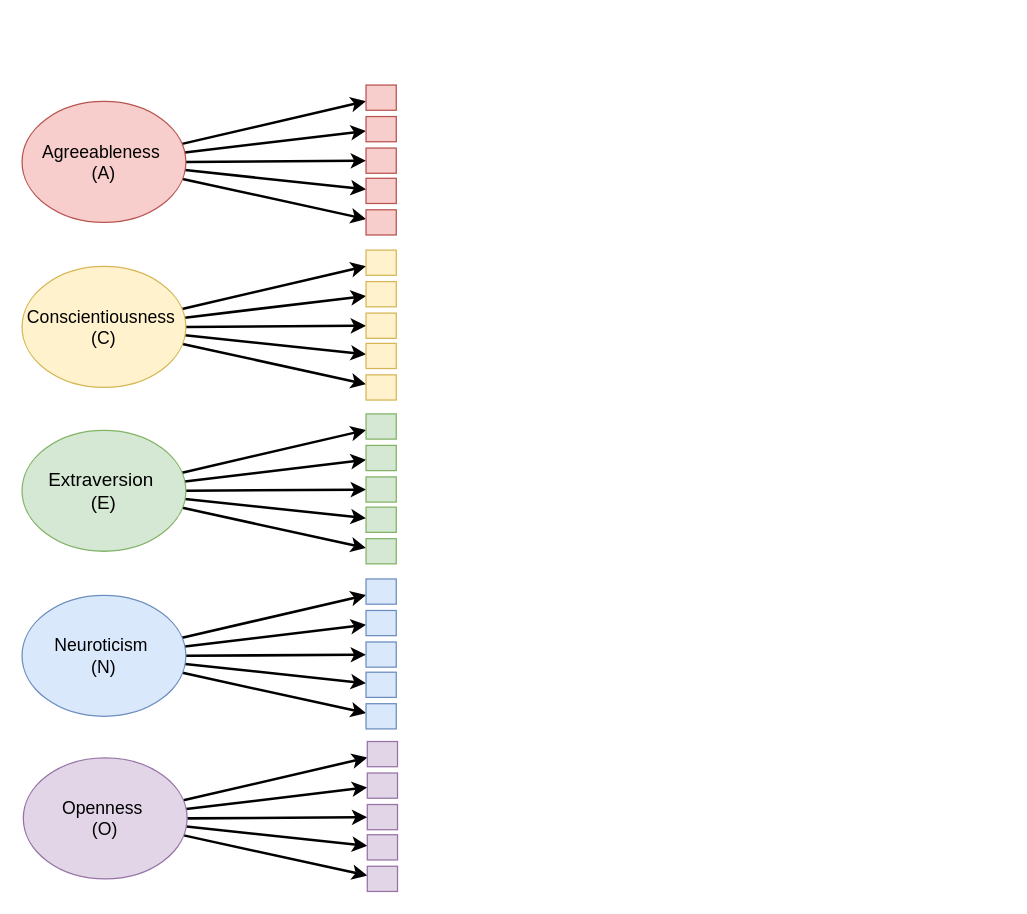
This is tensornetrics_demonstration/bfi_factor_structure.drawio from ataraxiart/tensornetrics, a draw.io file, before an edit. Source tidied: cells renumbered, new cells numbered last; positions are measured from the earlier drawing's top-left corner, leaving out a move shared by most shapes. Both pictures are drawn from the tidied source at 126%, with x=0, y=0 at pixel (21, 84).
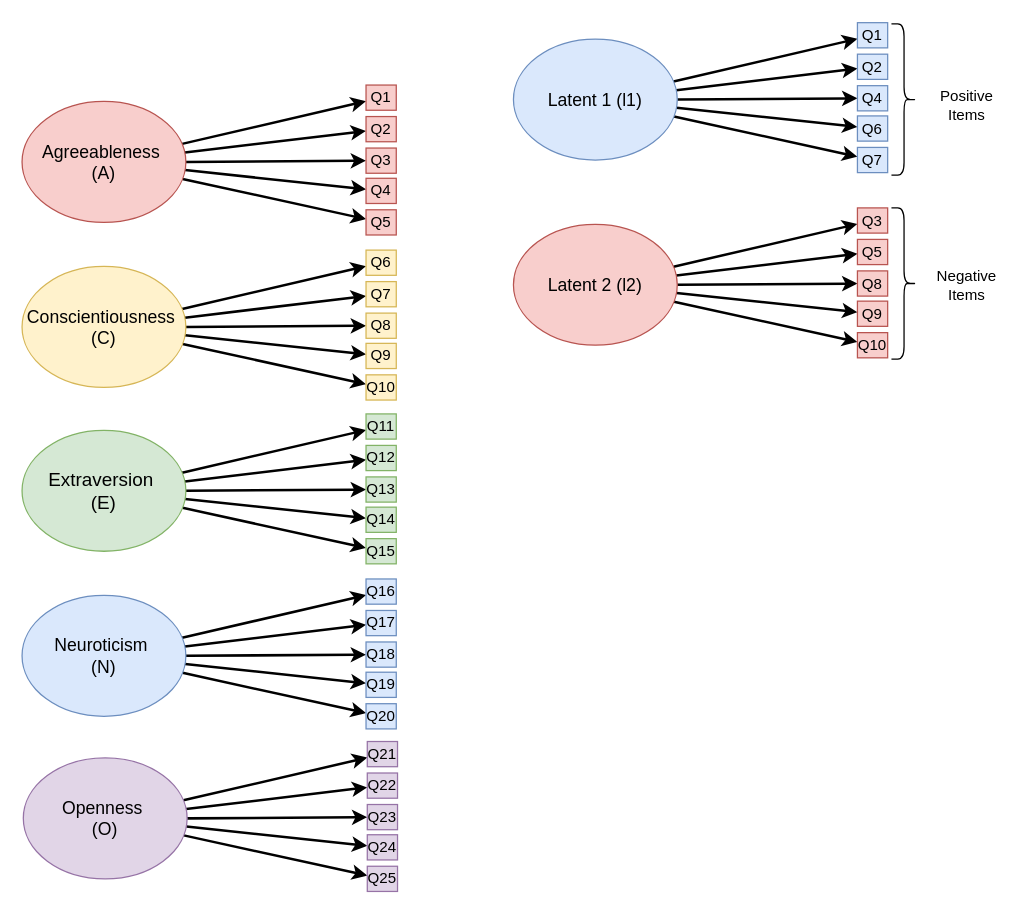
The same diagram, later.

The edit, as a diff of the source:
```diff
@@
-    <mxCell id="8" style="rounded=0;whiteSpace=wrap;html=1;fillColor=#f8cecc;strokeColor=#b85450;" parent="1" vertex="1">
+    <mxCell id="8" value="Q1" style="rounded=0;whiteSpace=wrap;html=1;fillColor=#f8cecc;strokeColor=#b85450;" parent="1" vertex="1">
       <mxGeometry x="273" width="24" height="20" as="geometry" />
     </mxCell>
-    <mxCell id="9" style="rounded=0;whiteSpace=wrap;html=1;fillColor=#f8cecc;strokeColor=#b85450;" parent="1" vertex="1">
+    <mxCell id="9" value="Q2" style="rounded=0;whiteSpace=wrap;html=1;fillColor=#f8cecc;strokeColor=#b85450;" parent="1" vertex="1">
       <mxGeometry x="273" y="25" width="24" height="20" as="geometry" />
     </mxCell>
-    <mxCell id="10" style="rounded=0;whiteSpace=wrap;html=1;fillColor=#f8cecc;strokeColor=#b85450;" parent="1" vertex="1">
+    <mxCell id="10" value="Q3" style="rounded=0;whiteSpace=wrap;html=1;fillColor=#f8cecc;strokeColor=#b85450;" parent="1" vertex="1">
       <mxGeometry x="273" y="50" width="24" height="20" as="geometry" />
     </mxCell>
-    <mxCell id="11" style="rounded=0;whiteSpace=wrap;html=1;fillColor=#f8cecc;strokeColor=#b85450;" parent="1" vertex="1">
+    <mxCell id="11" value="Q4" style="rounded=0;whiteSpace=wrap;html=1;fillColor=#f8cecc;strokeColor=#b85450;" parent="1" vertex="1">
       <mxGeometry x="273" y="74" width="24" height="20" as="geometry" />
     </mxCell>
-    <mxCell id="12" style="rounded=0;whiteSpace=wrap;html=1;fillColor=#f8cecc;strokeColor=#b85450;" parent="1" vertex="1">
+    <mxCell id="12" value="Q5" style="rounded=0;whiteSpace=wrap;html=1;fillColor=#f8cecc;strokeColor=#b85450;" parent="1" vertex="1">
       <mxGeometry x="273" y="99" width="24" height="20" as="geometry" />
     </mxCell>
@@
-    <mxCell id="19" style="rounded=0;whiteSpace=wrap;html=1;fillColor=#fff2cc;strokeColor=#d6b656;" parent="1" vertex="1">
+    <mxCell id="19" value="Q6" style="rounded=0;whiteSpace=wrap;html=1;fillColor=#fff2cc;strokeColor=#d6b656;" parent="1" vertex="1">
       <mxGeometry x="273" y="131" width="24" height="20" as="geometry" />
     </mxCell>
-    <mxCell id="20" style="rounded=0;whiteSpace=wrap;html=1;fillColor=#fff2cc;strokeColor=#d6b656;" parent="1" vertex="1">
+    <mxCell id="20" value="Q7" style="rounded=0;whiteSpace=wrap;html=1;fillColor=#fff2cc;strokeColor=#d6b656;" parent="1" vertex="1">
       <mxGeometry x="273" y="156" width="24" height="20" as="geometry" />
     </mxCell>
-    <mxCell id="21" style="rounded=0;whiteSpace=wrap;html=1;fillColor=#fff2cc;strokeColor=#d6b656;" parent="1" vertex="1">
+    <mxCell id="21" value="Q8" style="rounded=0;whiteSpace=wrap;html=1;fillColor=#fff2cc;strokeColor=#d6b656;" parent="1" vertex="1">
       <mxGeometry x="273" y="181" width="24" height="20" as="geometry" />
     </mxCell>
-    <mxCell id="22" style="rounded=0;whiteSpace=wrap;html=1;fillColor=#fff2cc;strokeColor=#d6b656;" parent="1" vertex="1">
+    <mxCell id="22" value="Q9" style="rounded=0;whiteSpace=wrap;html=1;fillColor=#fff2cc;strokeColor=#d6b656;" parent="1" vertex="1">
       <mxGeometry x="273" y="205" width="24" height="20" as="geometry" />
     </mxCell>
-    <mxCell id="23" style="rounded=0;whiteSpace=wrap;html=1;fillColor=#fff2cc;strokeColor=#d6b656;" parent="1" vertex="1">
+    <mxCell id="23" value="Q10" style="rounded=0;whiteSpace=wrap;html=1;fillColor=#fff2cc;strokeColor=#d6b656;" parent="1" vertex="1">
       <mxGeometry x="273" y="230" width="24" height="20" as="geometry" />
     </mxCell>
@@
-    <mxCell id="30" style="rounded=0;whiteSpace=wrap;html=1;fillColor=#d5e8d4;strokeColor=#82b366;" parent="1" vertex="1">
+    <mxCell id="30" value="Q11" style="rounded=0;whiteSpace=wrap;html=1;fillColor=#d5e8d4;strokeColor=#82b366;" parent="1" vertex="1">
       <mxGeometry x="273" y="261" width="24" height="20" as="geometry" />
     </mxCell>
-    <mxCell id="31" style="rounded=0;whiteSpace=wrap;html=1;fillColor=#d5e8d4;strokeColor=#82b366;" parent="1" vertex="1">
+    <mxCell id="31" value="Q12" style="rounded=0;whiteSpace=wrap;html=1;fillColor=#d5e8d4;strokeColor=#82b366;" parent="1" vertex="1">
       <mxGeometry x="273" y="286" width="24" height="20" as="geometry" />
     </mxCell>
-    <mxCell id="32" style="rounded=0;whiteSpace=wrap;html=1;fillColor=#d5e8d4;strokeColor=#82b366;" parent="1" vertex="1">
+    <mxCell id="32" value="Q13" style="rounded=0;whiteSpace=wrap;html=1;fillColor=#d5e8d4;strokeColor=#82b366;" parent="1" vertex="1">
       <mxGeometry x="273" y="311" width="24" height="20" as="geometry" />
     </mxCell>
-    <mxCell id="33" style="rounded=0;whiteSpace=wrap;html=1;fillColor=#d5e8d4;strokeColor=#82b366;" parent="1" vertex="1">
+    <mxCell id="33" value="Q14" style="rounded=0;whiteSpace=wrap;html=1;fillColor=#d5e8d4;strokeColor=#82b366;" parent="1" vertex="1">
       <mxGeometry x="273" y="335" width="24" height="20" as="geometry" />
     </mxCell>
-    <mxCell id="34" style="rounded=0;whiteSpace=wrap;html=1;fillColor=#d5e8d4;strokeColor=#82b366;" parent="1" vertex="1">
+    <mxCell id="34" value="Q15" style="rounded=0;whiteSpace=wrap;html=1;fillColor=#d5e8d4;strokeColor=#82b366;" parent="1" vertex="1">
       <mxGeometry x="273" y="360" width="24" height="20" as="geometry" />
     </mxCell>
@@
-    <mxCell id="41" style="rounded=0;whiteSpace=wrap;html=1;fillColor=#dae8fc;strokeColor=#6c8ebf;" parent="1" vertex="1">
+    <mxCell id="41" value="Q16" style="rounded=0;whiteSpace=wrap;html=1;fillColor=#dae8fc;strokeColor=#6c8ebf;" parent="1" vertex="1">
       <mxGeometry x="273" y="392" width="24" height="20" as="geometry" />
     </mxCell>
-    <mxCell id="42" style="rounded=0;whiteSpace=wrap;html=1;fillColor=#dae8fc;strokeColor=#6c8ebf;" parent="1" vertex="1">
+    <mxCell id="42" value="Q17" style="rounded=0;whiteSpace=wrap;html=1;fillColor=#dae8fc;strokeColor=#6c8ebf;" parent="1" vertex="1">
       <mxGeometry x="273" y="417" width="24" height="20" as="geometry" />
     </mxCell>
-    <mxCell id="43" style="rounded=0;whiteSpace=wrap;html=1;fillColor=#dae8fc;strokeColor=#6c8ebf;" parent="1" vertex="1">
+    <mxCell id="43" value="Q18" style="rounded=0;whiteSpace=wrap;html=1;fillColor=#dae8fc;strokeColor=#6c8ebf;" parent="1" vertex="1">
       <mxGeometry x="273" y="442" width="24" height="20" as="geometry" />
     </mxCell>
-    <mxCell id="44" style="rounded=0;whiteSpace=wrap;html=1;fillColor=#dae8fc;strokeColor=#6c8ebf;" parent="1" vertex="1">
+    <mxCell id="44" value="Q19" style="rounded=0;whiteSpace=wrap;html=1;fillColor=#dae8fc;strokeColor=#6c8ebf;" parent="1" vertex="1">
       <mxGeometry x="273" y="466" width="24" height="20" as="geometry" />
     </mxCell>
-    <mxCell id="45" style="rounded=0;whiteSpace=wrap;html=1;fillColor=#dae8fc;strokeColor=#6c8ebf;" parent="1" vertex="1">
+    <mxCell id="45" value="Q20" style="rounded=0;whiteSpace=wrap;html=1;fillColor=#dae8fc;strokeColor=#6c8ebf;" parent="1" vertex="1">
       <mxGeometry x="273" y="491" width="24" height="20" as="geometry" />
     </mxCell>
@@
-    <mxCell id="52" style="rounded=0;whiteSpace=wrap;html=1;fillColor=#e1d5e7;strokeColor=#9673a6;" parent="1" vertex="1">
+    <mxCell id="52" value="Q21" style="rounded=0;whiteSpace=wrap;html=1;fillColor=#e1d5e7;strokeColor=#9673a6;" parent="1" vertex="1">
       <mxGeometry x="274" y="521" width="24" height="20" as="geometry" />
     </mxCell>
-    <mxCell id="53" style="rounded=0;whiteSpace=wrap;html=1;fillColor=#e1d5e7;strokeColor=#9673a6;" parent="1" vertex="1">
+    <mxCell id="53" value="Q22" style="rounded=0;whiteSpace=wrap;html=1;fillColor=#e1d5e7;strokeColor=#9673a6;" parent="1" vertex="1">
       <mxGeometry x="274" y="546" width="24" height="20" as="geometry" />
     </mxCell>
-    <mxCell id="54" style="rounded=0;whiteSpace=wrap;html=1;fillColor=#e1d5e7;strokeColor=#9673a6;" parent="1" vertex="1">
+    <mxCell id="54" value="Q23" style="rounded=0;whiteSpace=wrap;html=1;fillColor=#e1d5e7;strokeColor=#9673a6;" parent="1" vertex="1">
       <mxGeometry x="274" y="571" width="24" height="20" as="geometry" />
     </mxCell>
-    <mxCell id="55" style="rounded=0;whiteSpace=wrap;html=1;fillColor=#e1d5e7;strokeColor=#9673a6;" parent="1" vertex="1">
+    <mxCell id="55" value="Q24" style="rounded=0;whiteSpace=wrap;html=1;fillColor=#e1d5e7;strokeColor=#9673a6;" parent="1" vertex="1">
       <mxGeometry x="274" y="595" width="24" height="20" as="geometry" />
     </mxCell>
-    <mxCell id="56" style="rounded=0;whiteSpace=wrap;html=1;fillColor=#e1d5e7;strokeColor=#9673a6;" parent="1" vertex="1">
+    <mxCell id="56" value="Q25" style="rounded=0;whiteSpace=wrap;html=1;fillColor=#e1d5e7;strokeColor=#9673a6;" parent="1" vertex="1">
       <mxGeometry x="274" y="620" width="24" height="20" as="geometry" />
     </mxCell>
+    <mxCell id="57" style="rounded=0;jettySize=auto;html=1;strokeWidth=2;" parent="1" edge="1" source="62" target="63">
+      <mxGeometry relative="1" as="geometry" />
+    </mxCell>
+    <mxCell id="58" style="rounded=0;jettySize=auto;html=1;strokeWidth=2;" parent="1" edge="1" source="62" target="64">
+      <mxGeometry relative="1" as="geometry" />
+    </mxCell>
+    <mxCell id="59" style="rounded=0;jettySize=auto;html=1;strokeWidth=2;" parent="1" edge="1" source="62" target="65">
+      <mxGeometry relative="1" as="geometry" />
+    </mxCell>
+    <mxCell id="60" style="rounded=0;jettySize=auto;html=1;strokeWidth=2;" parent="1" edge="1" source="62" target="66">
+      <mxGeometry relative="1" as="geometry" />
+    </mxCell>
+    <mxCell id="61" style="rounded=0;jettySize=auto;html=1;strokeWidth=2;" parent="1" edge="1" source="62" target="67">
+      <mxGeometry relative="1" as="geometry" />
+    </mxCell>
+    <mxCell id="62" value="&lt;span style=&quot;font-size: 14px;&quot;&gt;Latent 1 (l1)&lt;/span&gt;" style="ellipse;whiteSpace=wrap;html=1;fillColor=#dae8fc;strokeColor=#6c8ebf;fontSize=13;" parent="1" vertex="1">
+      <mxGeometry x="390" y="-36.5" width="130" height="96" as="geometry" />
+    </mxCell>
+    <mxCell id="63" value="Q1" style="rounded=0;whiteSpace=wrap;html=1;fillColor=#dae8fc;strokeColor=#6c8ebf;" parent="1" vertex="1">
+      <mxGeometry x="663" y="-49.5" width="24" height="20" as="geometry" />
+    </mxCell>
+    <mxCell id="64" value="Q2" style="rounded=0;whiteSpace=wrap;html=1;fillColor=#dae8fc;strokeColor=#6c8ebf;" parent="1" vertex="1">
+      <mxGeometry x="663" y="-24.5" width="24" height="20" as="geometry" />
+    </mxCell>
+    <mxCell id="65" value="Q4" style="rounded=0;whiteSpace=wrap;html=1;fillColor=#dae8fc;strokeColor=#6c8ebf;" parent="1" vertex="1">
+      <mxGeometry x="663" y="0.5" width="24" height="20" as="geometry" />
+    </mxCell>
+    <mxCell id="66" value="Q6" style="rounded=0;whiteSpace=wrap;html=1;fillColor=#dae8fc;strokeColor=#6c8ebf;" parent="1" vertex="1">
+      <mxGeometry x="663" y="24.5" width="24" height="20" as="geometry" />
+    </mxCell>
+    <mxCell id="67" value="Q7" style="rounded=0;whiteSpace=wrap;html=1;fillColor=#dae8fc;strokeColor=#6c8ebf;" parent="1" vertex="1">
+      <mxGeometry x="663" y="49.5" width="24" height="20" as="geometry" />
+    </mxCell>
+    <mxCell id="68" style="rounded=0;jettySize=auto;html=1;strokeWidth=2;" parent="1" edge="1" source="73" target="74">
+      <mxGeometry relative="1" as="geometry" />
+    </mxCell>
+    <mxCell id="69" style="rounded=0;jettySize=auto;html=1;strokeWidth=2;" parent="1" edge="1" source="73" target="75">
+      <mxGeometry relative="1" as="geometry" />
+    </mxCell>
+    <mxCell id="70" style="rounded=0;jettySize=auto;html=1;strokeWidth=2;" parent="1" edge="1" source="73" target="76">
+      <mxGeometry relative="1" as="geometry" />
+    </mxCell>
+    <mxCell id="71" style="rounded=0;jettySize=auto;html=1;strokeWidth=2;" parent="1" edge="1" source="73" target="77">
+      <mxGeometry relative="1" as="geometry" />
+    </mxCell>
+    <mxCell id="72" style="rounded=0;jettySize=auto;html=1;strokeWidth=2;" parent="1" edge="1" source="73" target="78">
+      <mxGeometry relative="1" as="geometry" />
+    </mxCell>
+    <mxCell id="73" value="Latent 2 (l2)" style="ellipse;whiteSpace=wrap;html=1;fillColor=#f8cecc;strokeColor=#b85450;fontSize=14;" parent="1" vertex="1">
+      <mxGeometry x="390" y="110.5" width="130" height="96" as="geometry" />
+    </mxCell>
+    <mxCell id="74" value="Q3" style="rounded=0;whiteSpace=wrap;html=1;fillColor=#f8cecc;strokeColor=#b85450;" parent="1" vertex="1">
+      <mxGeometry x="663" y="97.5" width="24" height="20" as="geometry" />
+    </mxCell>
+    <mxCell id="75" value="Q5" style="rounded=0;whiteSpace=wrap;html=1;fillColor=#f8cecc;strokeColor=#b85450;" parent="1" vertex="1">
+      <mxGeometry x="663" y="122.5" width="24" height="20" as="geometry" />
+    </mxCell>
+    <mxCell id="76" value="Q8" style="rounded=0;whiteSpace=wrap;html=1;fillColor=#f8cecc;strokeColor=#b85450;" parent="1" vertex="1">
+      <mxGeometry x="663" y="147.5" width="24" height="20" as="geometry" />
+    </mxCell>
+    <mxCell id="77" value="Q9" style="rounded=0;whiteSpace=wrap;html=1;fillColor=#f8cecc;strokeColor=#b85450;" parent="1" vertex="1">
+      <mxGeometry x="663" y="171.5" width="24" height="20" as="geometry" />
+    </mxCell>
+    <mxCell id="78" value="Q10" style="rounded=0;whiteSpace=wrap;html=1;fillColor=#f8cecc;strokeColor=#b85450;" parent="1" vertex="1">
+      <mxGeometry x="663" y="196.5" width="24" height="20" as="geometry" />
+    </mxCell>
+    <mxCell id="79" style="shape=curlyBracket;whiteSpace=wrap;html=1;rounded=1;flipH=1;labelPosition=right;verticalLabelPosition=middle;align=left;verticalAlign=middle;" parent="1" vertex="1">
+      <mxGeometry x="690" y="-48.5" width="20" height="120" as="geometry" />
+    </mxCell>
+    <mxCell id="80" style="shape=curlyBracket;whiteSpace=wrap;html=1;rounded=1;flipH=1;labelPosition=right;verticalLabelPosition=middle;align=left;verticalAlign=middle;" parent="1" vertex="1">
+      <mxGeometry x="690" y="97.5" width="20" height="120" as="geometry" />
+    </mxCell>
+    <mxCell id="81" value="Positive&lt;div&gt;Items&lt;/div&gt;" style="text;html=1;align=center;verticalAlign=middle;whiteSpace=wrap;rounded=0;" parent="1" vertex="1">
+      <mxGeometry x="720" y="0.5" width="60" height="30" as="geometry" />
+    </mxCell>
+    <mxCell id="82" value="Negative&lt;div&gt;Items&lt;/div&gt;" style="text;html=1;align=center;verticalAlign=middle;whiteSpace=wrap;rounded=0;" parent="1" vertex="1">
+      <mxGeometry x="720" y="144" width="60" height="30" as="geometry" />
+    </mxCell>
```
